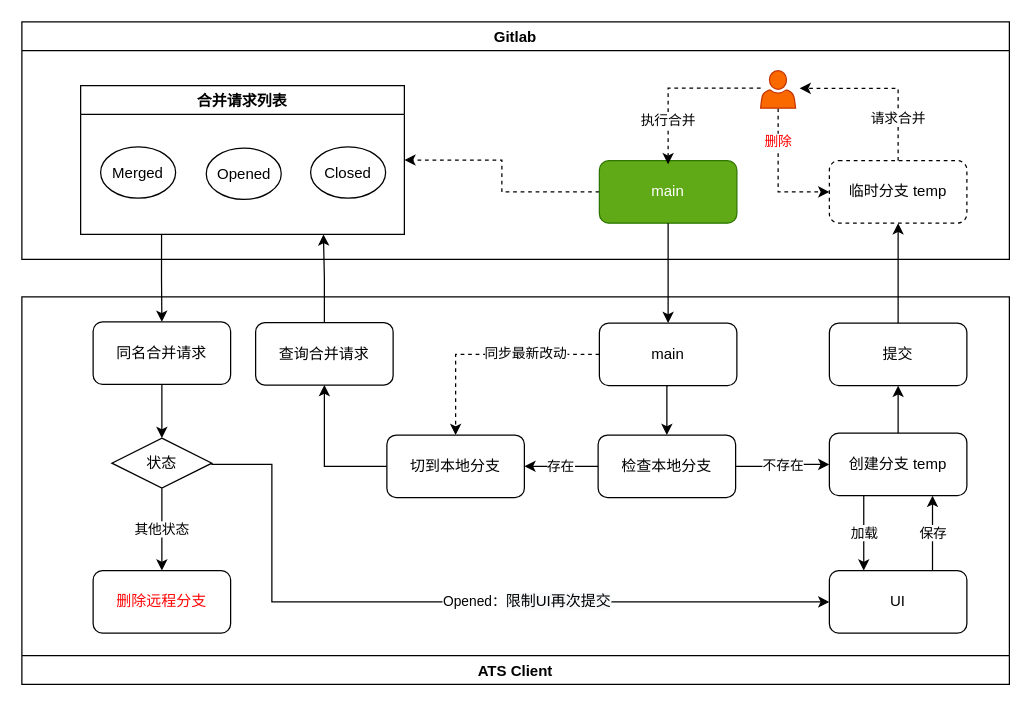
The draw.io diagram Draw/ATS/细则管理.drawio in huangjia2107/DrawOnline, before the edit. Source tidied: cells renumbered, new cells numbered last; positions are measured from the earlier drawing's top-left corner, leaving out a move shared by most shapes. Both pictures are drawn from the tidied source at 125%, with x=0, y=0 at pixel (21, 21).
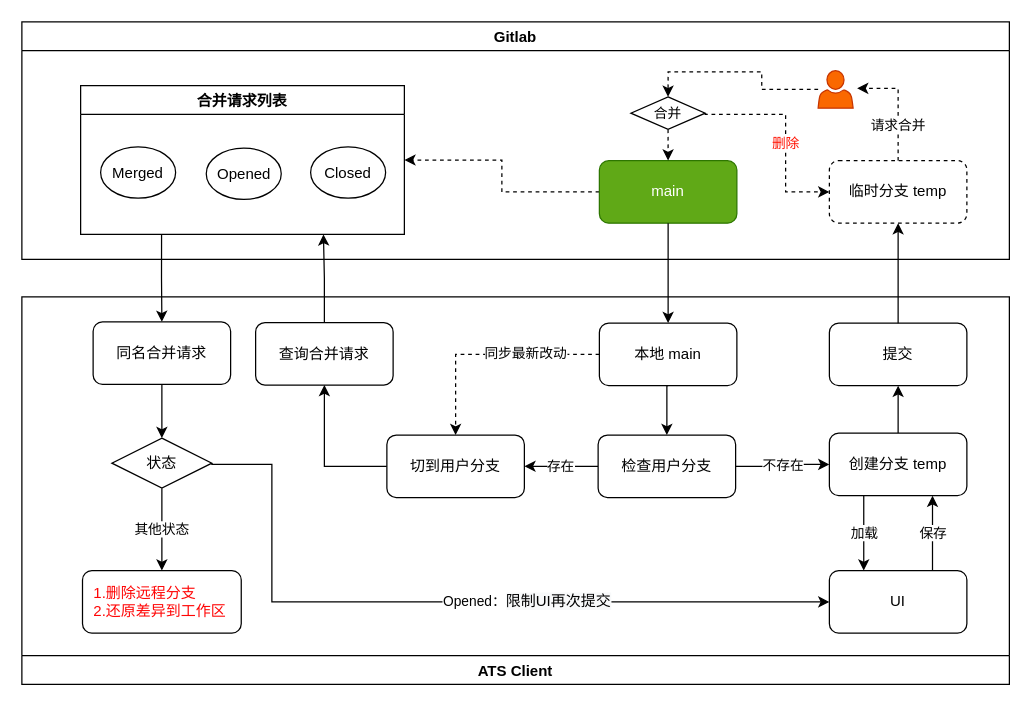
The same diagram, later.

Commit message:
更新细则管理.drawio

The change refers to these unchanged cells:
```xml
<mxCell id="2" value="Gitlab" style="swimlane;" parent="1" vertex="1">
  <mxGeometry width="790" height="190" as="geometry" />
</mxCell>
<mxCell id="4" value="main" style="rounded=1;whiteSpace=wrap;html=1;fillColor=#60a917;fontColor=#ffffff;strokeColor=#2D7600;" parent="2" vertex="1">
  <mxGeometry x="462" y="111" width="110" height="50" as="geometry" />
</mxCell>
<mxCell id="6" style="edgeStyle=orthogonalEdgeStyle;rounded=0;jettySize=auto;html=1;exitX=0.5;exitY=0;exitDx=0;exitDy=0;entryX=1.114;entryY=0.473;entryDx=0;entryDy=0;entryPerimeter=0;dashed=1;fontColor=#000000;strokeColor=#000000;" parent="2" edge="1" source="8" target="11">
  <mxGeometry relative="1" as="geometry">
    <Array as="points">
      <mxPoint x="701" y="53" />
    </Array>
  </mxGeometry>
</mxCell>
<mxCell id="8" value="临时分支 temp" style="rounded=1;whiteSpace=wrap;html=1;dashed=1;" parent="2" vertex="1">
  <mxGeometry x="646" y="111" width="110" height="50" as="geometry" />
</mxCell>
<mxCell id="16" value="ATS Client" style="swimlane;flipV=1;" parent="1" vertex="1">
  <mxGeometry y="220" width="790" height="310" as="geometry" />
</mxCell>
```

What changed in the source:
```diff
@@
-    <mxCell id="5" value="删除" style="edgeStyle=orthogonalEdgeStyle;rounded=0;jettySize=auto;html=1;entryX=0;entryY=0.5;entryDx=0;entryDy=0;dashed=1;fillColor=#fa6800;strokeColor=#000000;fontColor=#FF0000;" parent="2" edge="1" target="8">
-      <mxGeometry x="-0.42" relative="1" as="geometry">
-        <mxPoint x="605" y="63" as="sourcePoint" />
-        <Array as="points">
-          <mxPoint x="605" y="136" />
-        </Array>
-      </mxGeometry>
-    </mxCell>
@@
     <mxCell id="7" value="请求合并" style="edgeLabel;html=1;align=center;verticalAlign=middle;fontColor=#000000;" parent="6" vertex="1">
       <mxGeometry x="-0.23" y="1" relative="1" as="geometry">
-        <mxPoint y="18" as="offset" />
+        <mxPoint y="6" as="offset" />
       </mxGeometry>
     </mxCell>
@@
-    <mxCell id="9" style="edgeStyle=orthogonalEdgeStyle;rounded=0;orthogonalLoop=1;jettySize=auto;html=1;dashed=1;fontColor=#000000;strokeColor=#000000;entryX=0.5;entryY=0;entryDx=0;entryDy=0;" parent="2" edge="1">
-      <mxGeometry relative="1" as="geometry">
-        <mxPoint x="591" y="53" as="sourcePoint" />
-        <mxPoint x="517" y="114" as="targetPoint" />
-        <Array as="points">
-          <mxPoint x="517" y="53" />
-        </Array>
-      </mxGeometry>
-    </mxCell>
-    <mxCell id="10" value="执行合并" style="edgeLabel;html=1;align=center;verticalAlign=middle;fontColor=#000000;" parent="9" vertex="1">
-      <mxGeometry x="0.15" y="-1" relative="1" as="geometry">
-        <mxPoint y="21" as="offset" />
-      </mxGeometry>
-    </mxCell>
     <mxCell id="11" style="sketch=0;shadow=0;dashed=0;html=1;strokeColor=#C73500;labelPosition=center;verticalLabelPosition=bottom;verticalAlign=top;outlineConnect=0;align=center;shape=mxgraph.office.users.user;fillColor=#fa6800;fontColor=#000000;" parent="2" vertex="1">
-      <mxGeometry x="591" y="39" width="28" height="30" as="geometry" />
+      <mxGeometry x="637" y="39" width="28" height="30" as="geometry" />
     </mxCell>
@@
+    <mxCell id="43" style="edgeStyle=orthogonalEdgeStyle;rounded=0;jettySize=auto;html=1;exitX=0.5;exitY=1;exitDx=0;exitDy=0;entryX=0.5;entryY=0;entryDx=0;entryDy=0;dashed=1;" parent="2" edge="1" source="44" target="4">
+      <mxGeometry relative="1" as="geometry" />
+    </mxCell>
+    <mxCell id="5" value="删除" style="edgeStyle=orthogonalEdgeStyle;rounded=0;jettySize=auto;html=1;exitX=1;exitY=0.5;exitDx=0;exitDy=0;entryX=0;entryY=0.5;entryDx=0;entryDy=0;fontColor=#FF1100;dashed=1;" parent="2" edge="1" source="44" target="8">
+      <mxGeometry x="0.08" relative="1" as="geometry">
+        <Array as="points">
+          <mxPoint x="611" y="74" />
+          <mxPoint x="611" y="136" />
+        </Array>
+      </mxGeometry>
+    </mxCell>
+    <mxCell id="44" value="&lt;span style=&quot;font-size: 11px; background-color: rgb(255, 255, 255);&quot;&gt;合并&lt;/span&gt;" style="rhombus;whiteSpace=wrap;html=1;verticalAlign=middle;fillColor=#FFFFFF;strokeColor=default;fontColor=#000000;sketch=0;shadow=0;dashed=0;" parent="2" vertex="1">
+      <mxGeometry x="487.2" y="60" width="59.5" height="26" as="geometry" />
+    </mxCell>
+    <mxCell id="45" style="edgeStyle=orthogonalEdgeStyle;rounded=0;jettySize=auto;html=1;entryX=0.5;entryY=0;entryDx=0;entryDy=0;dashed=1;" parent="2" edge="1" source="11" target="44">
+      <mxGeometry relative="1" as="geometry" />
+    </mxCell>
@@
-    <mxCell id="20" value="main" style="rounded=1;whiteSpace=wrap;html=1;" parent="16" vertex="1">
+    <mxCell id="20" value="本地 main" style="rounded=1;whiteSpace=wrap;html=1;" parent="16" vertex="1">
       <mxGeometry x="462" y="21" width="110" height="50" as="geometry" />
     </mxCell>
@@
-    <mxCell id="25" value="检查本地分支" style="rounded=1;whiteSpace=wrap;html=1;" parent="16" vertex="1">
+    <mxCell id="25" value="检查用户分支" style="rounded=1;whiteSpace=wrap;html=1;" parent="16" vertex="1">
       <mxGeometry x="461" y="110.5" width="110" height="50" as="geometry" />
     </mxCell>
@@
-    <mxCell id="32" value="切到本地分支" style="rounded=1;whiteSpace=wrap;html=1;" parent="16" vertex="1">
+    <mxCell id="32" value="切到用户分支" style="rounded=1;whiteSpace=wrap;html=1;" parent="16" vertex="1">
       <mxGeometry x="292" y="110.5" width="110" height="50" as="geometry" />
     </mxCell>
-    <mxCell id="33" value="&lt;font color=&quot;#ff0505&quot;&gt;删除远程分支&lt;/font&gt;" style="rounded=1;whiteSpace=wrap;html=1;" parent="16" vertex="1">
-      <mxGeometry x="57" y="219" width="110" height="50" as="geometry" />
+    <mxCell id="33" value="&lt;font color=&quot;#ff0505&quot;&gt;&amp;nbsp; 1.删除远程分支&lt;br&gt;&amp;nbsp; 2.还原差异到工作区&lt;br&gt;&lt;/font&gt;" style="rounded=1;whiteSpace=wrap;html=1;align=left;" parent="16" vertex="1">
+      <mxGeometry x="48.5" y="219" width="127" height="50" as="geometry" />
     </mxCell>
```
